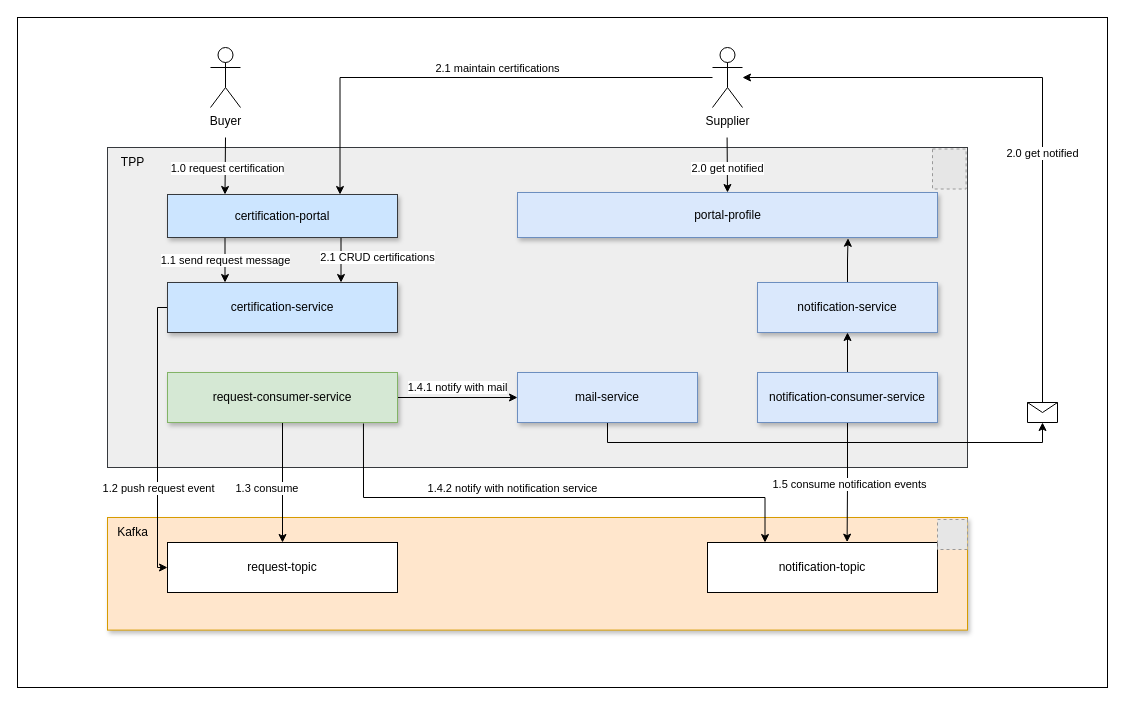
Above: page "Simple block diagram" (1 of 4) of request.drawio in huangshijie/Drawio (draw.io), before the change. Source tidied: cells renumbered, new cells numbered last; positions are measured from the earlier drawing's top-left corner, leaving out a move shared by most shapes. Both pictures are drawn from the tidied source at 100%, with x=0, y=0 at pixel (17, 17). Pictures stored in the file or linked from it are replaced by grey dashed boxes.
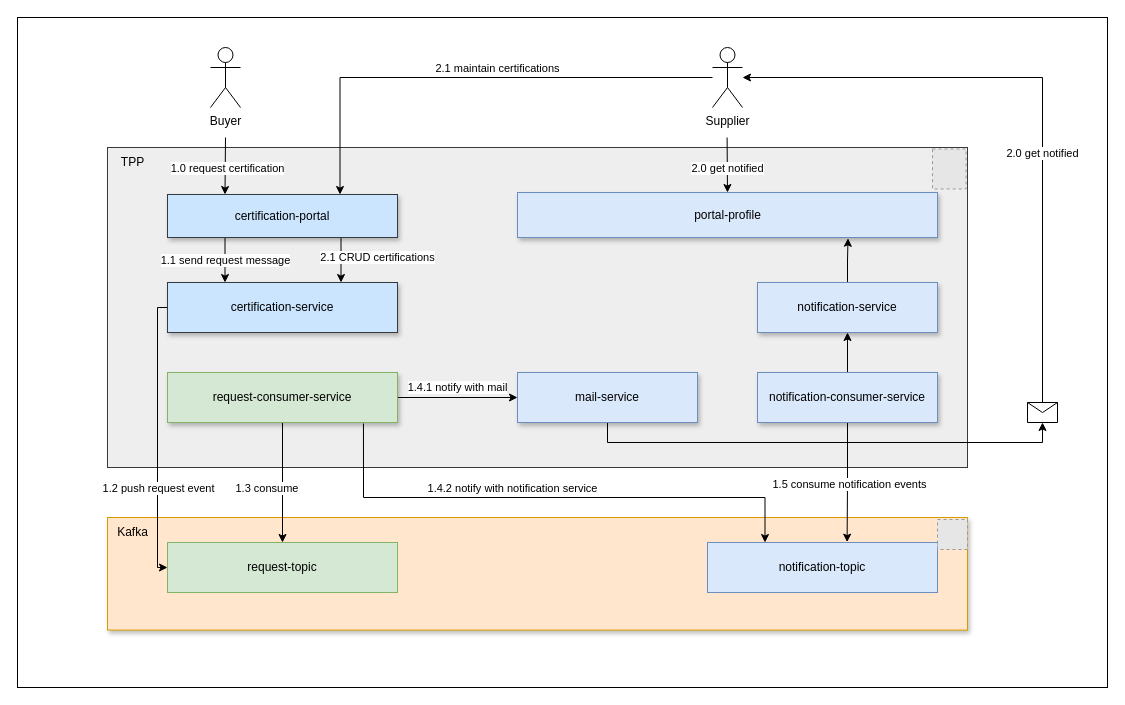
Above is the later version.

What changed in the source:
```diff
@@
-    <mxCell id="22" value="notification-topic" style="rounded=0;whiteSpace=wrap;html=1;" parent="1" vertex="1">
+    <mxCell id="22" value="notification-topic" style="rounded=0;whiteSpace=wrap;html=1;fillColor=#dae8fc;strokeColor=#6c8ebf;" parent="1" vertex="1">
       <mxGeometry x="690" y="525" width="230" height="50" as="geometry" />
     </mxCell>
@@
-    <mxCell id="36" value="request-topic" style="rounded=0;whiteSpace=wrap;html=1;" parent="1" vertex="1">
+    <mxCell id="36" value="request-topic" style="rounded=0;whiteSpace=wrap;html=1;fillColor=#d5e8d4;strokeColor=#82b366;" parent="1" vertex="1">
       <mxGeometry x="150" y="525" width="230" height="50" as="geometry" />
     </mxCell>
```
